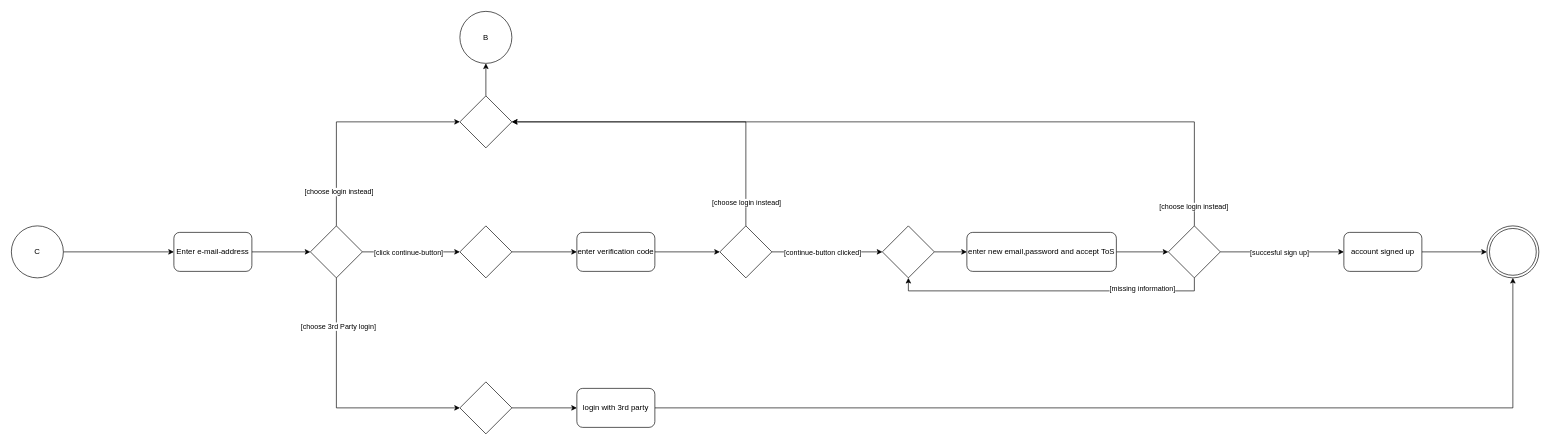
Before: docs/diagrams/sources/UserActivityRegister.drawio in SE-TINF22B6/DHBWhub, a draw.io diagram. Source tidied: cells renumbered, new cells numbered last; positions are measured from the earlier drawing's top-left corner, leaving out a move shared by most shapes. Both pictures are drawn from the tidied source at 65%, with x=0, y=0 at pixel (11, 11).
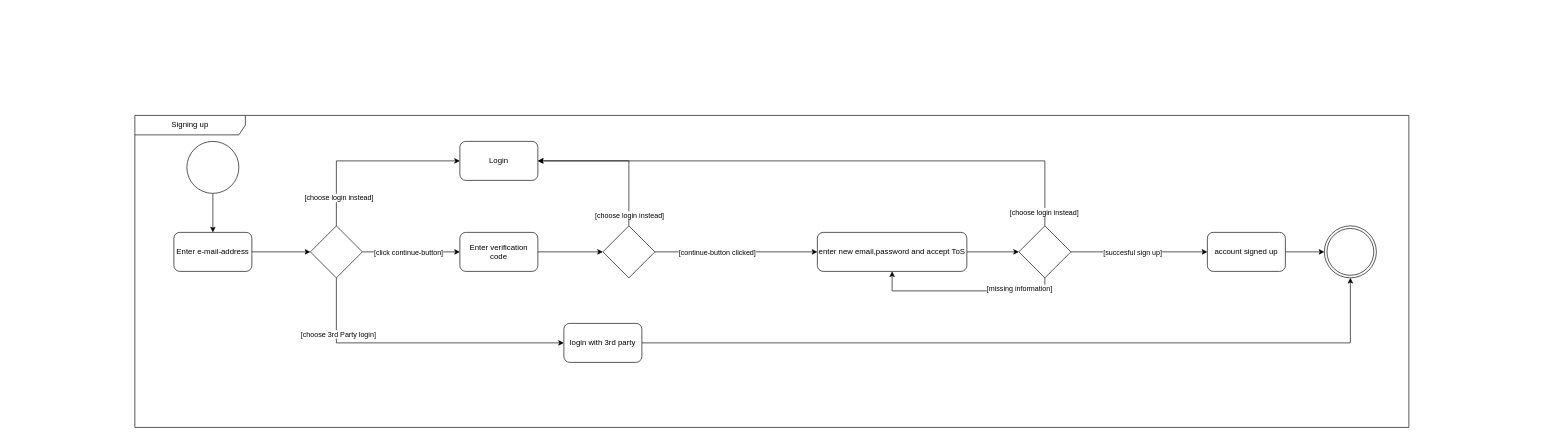
Above is the later version.

The change refers to these unchanged cells:
```xml
<mxCell id="5" value="Enter e-mail-address" style="rounded=1;whiteSpace=wrap;html=1;" parent="1" vertex="1">
  <mxGeometry x="250" y="340" width="120" height="60" as="geometry" />
</mxCell>
<mxCell id="12" style="rhombus;whiteSpace=wrap;html=1;" parent="1" vertex="1">
  <mxGeometry x="460" y="330" width="80" height="80" as="geometry" />
</mxCell>
```

What changed in the source:
```diff
@@
-    <mxCell id="2" style="edgeStyle=orthogonalEdgeStyle;rounded=0;jettySize=auto;html=1;exitX=1;exitY=0.5;exitDx=0;exitDy=0;entryX=0;entryY=0.5;entryDx=0;entryDy=0;" parent="1" edge="1" source="3" target="5">
+    <mxCell id="2" style="edgeStyle=orthogonalEdgeStyle;rounded=0;jettySize=auto;html=1;entryX=0.5;entryY=0;entryDx=0;entryDy=0;" parent="1" edge="1" source="3" target="5">
       <mxGeometry relative="1" as="geometry" />
     </mxCell>
-    <mxCell id="3" value="C" style="ellipse;whiteSpace=wrap;html=1;" parent="1" vertex="1">
-      <mxGeometry y="330" width="80" height="80" as="geometry" />
+    <mxCell id="3" style="ellipse;whiteSpace=wrap;html=1;" parent="1" vertex="1">
+      <mxGeometry x="270" y="200" width="80" height="80" as="geometry" />
     </mxCell>
@@
-    <mxCell id="6" style="edgeStyle=orthogonalEdgeStyle;rounded=0;jettySize=auto;html=1;exitX=1;exitY=0.5;exitDx=0;exitDy=0;entryX=0;entryY=0.5;entryDx=0;entryDy=0;" parent="1" edge="1" source="12" target="16">
+    <mxCell id="6" style="edgeStyle=orthogonalEdgeStyle;rounded=0;jettySize=auto;html=1;exitX=1;exitY=0.5;exitDx=0;exitDy=0;entryX=0;entryY=0.5;entryDx=0;entryDy=0;" parent="1" edge="1" source="12" target="23">
       <mxGeometry relative="1" as="geometry" />
     </mxCell>
@@
-    <mxCell id="8" style="edgeStyle=orthogonalEdgeStyle;rounded=0;jettySize=auto;html=1;exitX=0.5;exitY=0;exitDx=0;exitDy=0;entryX=0;entryY=0.5;entryDx=0;entryDy=0;" parent="1" edge="1" source="12" target="14">
+    <mxCell id="8" style="edgeStyle=orthogonalEdgeStyle;rounded=0;jettySize=auto;html=1;exitX=0.5;exitY=0;exitDx=0;exitDy=0;entryX=0;entryY=0.5;entryDx=0;entryDy=0;" parent="1" edge="1" source="12" target="43">
       <mxGeometry relative="1" as="geometry" />
     </mxCell>
@@
-    <mxCell id="10" style="edgeStyle=orthogonalEdgeStyle;rounded=0;jettySize=auto;html=1;exitX=0.5;exitY=1;exitDx=0;exitDy=0;entryX=0;entryY=0.5;entryDx=0;entryDy=0;" parent="1" edge="1" source="12" target="18">
+    <mxCell id="10" style="edgeStyle=orthogonalEdgeStyle;rounded=0;jettySize=auto;html=1;exitX=0.5;exitY=1;exitDx=0;exitDy=0;entryX=0;entryY=0.5;entryDx=0;entryDy=0;" parent="1" edge="1" source="12" target="20">
       <mxGeometry relative="1" as="geometry" />
     </mxCell>
@@
-    <mxCell id="13" style="edgeStyle=orthogonalEdgeStyle;rounded=0;jettySize=auto;html=1;exitX=0.5;exitY=0;exitDx=0;exitDy=0;entryX=0.5;entryY=1;entryDx=0;entryDy=0;" parent="1" edge="1" source="14" target="21">
-      <mxGeometry relative="1" as="geometry" />
-    </mxCell>
-    <mxCell id="14" style="rhombus;whiteSpace=wrap;html=1;" parent="1" vertex="1">
-      <mxGeometry x="690" y="130" width="80" height="80" as="geometry" />
-    </mxCell>
-    <mxCell id="15" style="edgeStyle=orthogonalEdgeStyle;rounded=0;jettySize=auto;html=1;exitX=1;exitY=0.5;exitDx=0;exitDy=0;entryX=0;entryY=0.5;entryDx=0;entryDy=0;" parent="1" edge="1" source="16" target="23">
-      <mxGeometry relative="1" as="geometry" />
-    </mxCell>
-    <mxCell id="16" style="rhombus;whiteSpace=wrap;html=1;" parent="1" vertex="1">
-      <mxGeometry x="690" y="330" width="80" height="80" as="geometry" />
-    </mxCell>
-    <mxCell id="17" style="edgeStyle=orthogonalEdgeStyle;rounded=0;jettySize=auto;html=1;exitX=1;exitY=0.5;exitDx=0;exitDy=0;entryX=0;entryY=0.5;entryDx=0;entryDy=0;" parent="1" edge="1" source="18" target="20">
-      <mxGeometry relative="1" as="geometry" />
-    </mxCell>
-    <mxCell id="18" style="rhombus;whiteSpace=wrap;html=1;" parent="1" vertex="1">
-      <mxGeometry x="690" y="570" width="80" height="80" as="geometry" />
-    </mxCell>
@@
     <mxCell id="20" value="login with 3rd party" style="rounded=1;whiteSpace=wrap;html=1;" parent="1" vertex="1">
-      <mxGeometry x="870" y="580" width="120" height="60" as="geometry" />
+      <mxGeometry x="850" y="480" width="120" height="60" as="geometry" />
     </mxCell>
-    <mxCell id="21" value="B" style="ellipse;whiteSpace=wrap;html=1;" parent="1" vertex="1">
-      <mxGeometry x="690" width="80" height="80" as="geometry" />
-    </mxCell>
@@
-    <mxCell id="23" value="enter verification code" style="rounded=1;whiteSpace=wrap;html=1;" parent="1" vertex="1">
-      <mxGeometry x="870" y="340" width="120" height="60" as="geometry" />
+    <mxCell id="23" value="Enter verification code" style="rounded=1;whiteSpace=wrap;html=1;" parent="1" vertex="1">
+      <mxGeometry x="690" y="340" width="120" height="60" as="geometry" />
     </mxCell>
-    <mxCell id="24" style="edgeStyle=orthogonalEdgeStyle;rounded=0;jettySize=auto;html=1;exitX=0.5;exitY=0;exitDx=0;exitDy=0;entryX=1;entryY=0.5;entryDx=0;entryDy=0;" parent="1" edge="1" source="28" target="14">
+    <mxCell id="24" style="edgeStyle=orthogonalEdgeStyle;rounded=0;jettySize=auto;html=1;exitX=0.5;exitY=0;exitDx=0;exitDy=0;entryX=1;entryY=0.5;entryDx=0;entryDy=0;" parent="1" edge="1" source="28" target="43">
       <mxGeometry relative="1" as="geometry" />
     </mxCell>
@@
-    <mxCell id="26" style="edgeStyle=orthogonalEdgeStyle;rounded=0;jettySize=auto;html=1;exitX=1;exitY=0.5;exitDx=0;exitDy=0;entryX=0;entryY=0.5;entryDx=0;entryDy=0;" parent="1" edge="1" source="28" target="30">
+    <mxCell id="26" style="edgeStyle=orthogonalEdgeStyle;rounded=0;jettySize=auto;html=1;exitX=1;exitY=0.5;exitDx=0;exitDy=0;entryX=0;entryY=0.5;entryDx=0;entryDy=0;" parent="1" edge="1" source="28" target="32">
       <mxGeometry relative="1" as="geometry" />
     </mxCell>
     <mxCell id="27" value="[continue-button clicked]" style="edgeLabel;html=1;align=center;verticalAlign=middle;" parent="26" vertex="1">
-      <mxGeometry x="-0.1" y="-1" relative="1" as="geometry" />
+      <mxGeometry x="-0.1" y="-1" relative="1" as="geometry">
+        <mxPoint x="-18" y="-1" as="offset" />
+      </mxGeometry>
     </mxCell>
     <mxCell id="28" style="rhombus;whiteSpace=wrap;html=1;" parent="1" vertex="1">
-      <mxGeometry x="1090" y="330" width="80" height="80" as="geometry" />
+      <mxGeometry x="910" y="330" width="80" height="80" as="geometry" />
     </mxCell>
-    <mxCell id="29" style="edgeStyle=orthogonalEdgeStyle;rounded=0;jettySize=auto;html=1;exitX=1;exitY=0.5;exitDx=0;exitDy=0;entryX=0;entryY=0.5;entryDx=0;entryDy=0;" parent="1" edge="1" source="30" target="32">
-      <mxGeometry relative="1" as="geometry" />
-    </mxCell>
-    <mxCell id="30" style="rhombus;whiteSpace=wrap;html=1;" parent="1" vertex="1">
-      <mxGeometry x="1340" y="330" width="80" height="80" as="geometry" />
-    </mxCell>
@@
     <mxCell id="32" value="enter new email,password and accept ToS " style="rounded=1;whiteSpace=wrap;html=1;" parent="1" vertex="1">
-      <mxGeometry x="1470" y="340" width="230" height="60" as="geometry" />
+      <mxGeometry x="1240" y="340" width="230" height="60" as="geometry" />
     </mxCell>
-    <mxCell id="33" style="edgeStyle=orthogonalEdgeStyle;rounded=0;jettySize=auto;html=1;exitX=0.5;exitY=1;exitDx=0;exitDy=0;entryX=0.5;entryY=1;entryDx=0;entryDy=0;" parent="1" edge="1" source="39" target="30">
+    <mxCell id="33" style="edgeStyle=orthogonalEdgeStyle;rounded=0;jettySize=auto;html=1;exitX=0.5;exitY=1;exitDx=0;exitDy=0;entryX=0.5;entryY=1;entryDx=0;entryDy=0;" parent="1" edge="1" source="39" target="32">
       <mxGeometry relative="1" as="geometry" />
     </mxCell>
@@
-    <mxCell id="35" style="edgeStyle=orthogonalEdgeStyle;rounded=0;jettySize=auto;html=1;exitX=0.5;exitY=0;exitDx=0;exitDy=0;entryX=1;entryY=0.5;entryDx=0;entryDy=0;" parent="1" edge="1" source="39" target="14">
+    <mxCell id="35" style="edgeStyle=orthogonalEdgeStyle;rounded=0;jettySize=auto;html=1;exitX=0.5;exitY=0;exitDx=0;exitDy=0;entryX=1;entryY=0.5;entryDx=0;entryDy=0;" parent="1" edge="1" source="39" target="43">
       <mxGeometry relative="1" as="geometry" />
     </mxCell>
@@
     <mxCell id="39" style="rhombus;whiteSpace=wrap;html=1;" parent="1" vertex="1">
-      <mxGeometry x="1780" y="330" width="80" height="80" as="geometry" />
+      <mxGeometry x="1550" y="330" width="80" height="80" as="geometry" />
     </mxCell>
@@
     <mxCell id="41" value="account signed up" style="rounded=1;whiteSpace=wrap;html=1;" parent="1" vertex="1">
-      <mxGeometry x="2050" y="340" width="120" height="60" as="geometry" />
+      <mxGeometry x="1840" y="340" width="120" height="60" as="geometry" />
     </mxCell>
     <mxCell id="42" style="ellipse;shape=doubleEllipse;whiteSpace=wrap;html=1;" parent="1" vertex="1">
-      <mxGeometry x="2270" y="330" width="80" height="80" as="geometry" />
+      <mxGeometry x="2020" y="330" width="80" height="80" as="geometry" />
     </mxCell>
+    <mxCell id="43" value="Login" style="rounded=1;whiteSpace=wrap;html=1;" parent="1" vertex="1">
+      <mxGeometry x="690" y="200" width="120" height="60" as="geometry" />
+    </mxCell>
+    <mxCell id="44" value="Signing up" style="shape=umlFrame;whiteSpace=wrap;html=1;width=170;height=30;" parent="1" vertex="1">
+      <mxGeometry x="190" y="160" width="1960" height="480" as="geometry" />
+    </mxCell>
```
